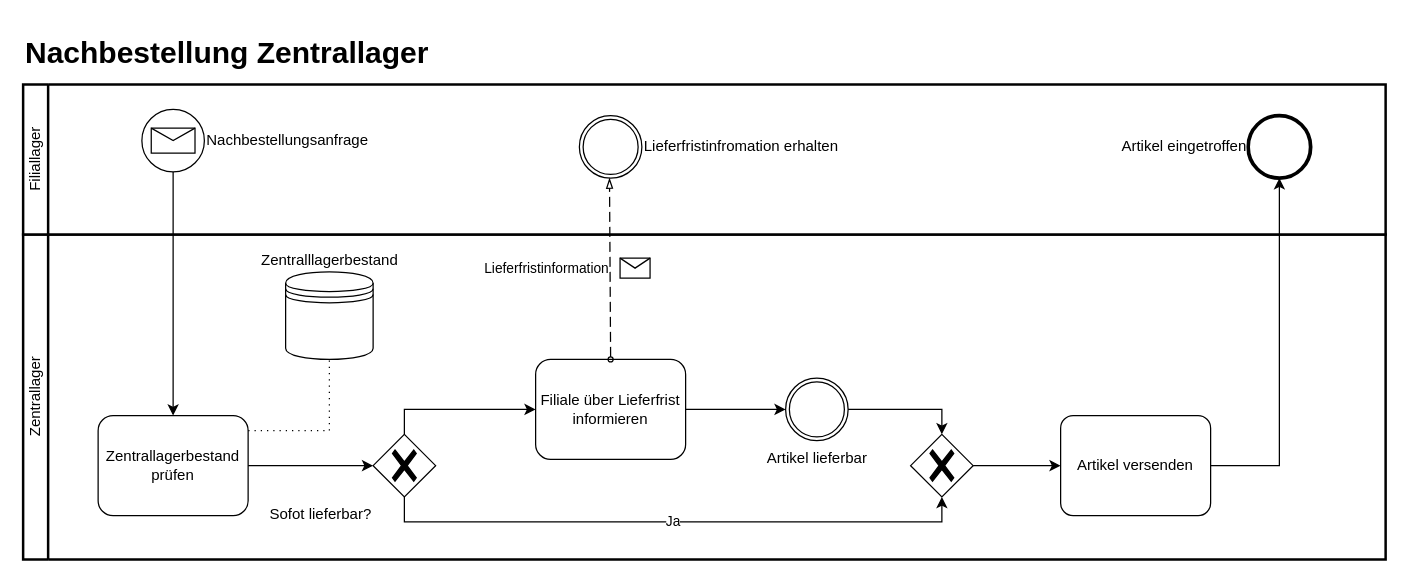
Above: documentation/src/docs/asciidoc/diagrams/Nachbestellung_Zentrallager_bpmn.drawio in davidohnee/swda (draw.io), before the change. Source tidied: cells renumbered, new cells numbered last; positions are measured from the earlier drawing's top-left corner, leaving out a move shared by most shapes. Both pictures are drawn from the tidied source at 125%, with x=0, y=0 at pixel (22, 21).
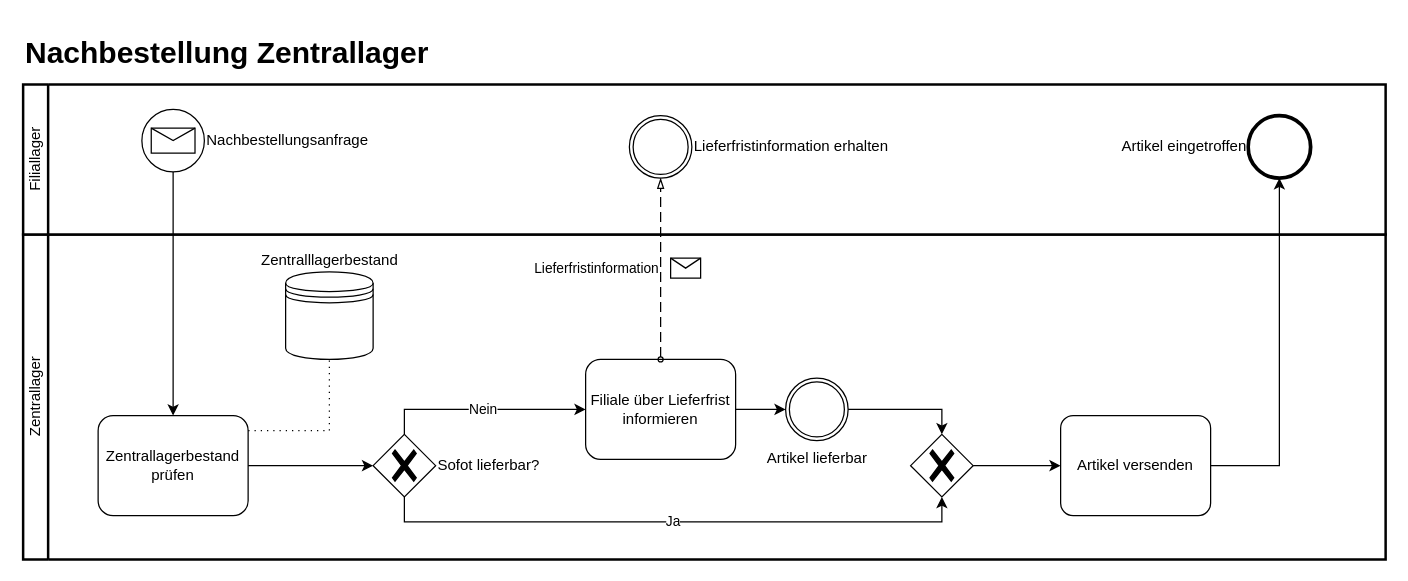
The same diagram, later.

Commit message (it also covers changes not shown here):
remove typos in 'Nachbestellung_Zentrallager_bpmn'

The change refers to these unchanged cells:
```xml
<mxCell id="2" value="Zentrallager" style="swimlane;html=1;startSize=20;fontStyle=0;horizontal=0;swimlaneLine=1;swimlaneFillColor=#ffffff;strokeWidth=2;whiteSpace=wrap;" parent="1" vertex="1">
  <mxGeometry y="170" width="1090" height="260" as="geometry" />
</mxCell>
<mxCell id="17" value="Filiallager" style="swimlane;html=1;startSize=20;fontStyle=0;horizontal=0;swimlaneLine=1;swimlaneFillColor=#ffffff;strokeWidth=2;whiteSpace=wrap;" parent="1" vertex="1">
  <mxGeometry y="50" width="1090" height="120" as="geometry" />
</mxCell>
```

Diff of the diagram source:
```diff
@@
-    <mxCell id="4" value="Sofot lieferbar?" style="points=[[0.25,0.25,0],[0.5,0,0],[0.75,0.25,0],[1,0.5,0],[0.75,0.75,0],[0.5,1,0],[0.25,0.75,0],[0,0.5,0]];shape=mxgraph.bpmn.gateway2;html=1;verticalLabelPosition=bottom;labelBackgroundColor=#ffffff;verticalAlign=top;align=right;perimeter=rhombusPerimeter;outlineConnect=0;outline=none;symbol=none;gwType=exclusive;labelPosition=left;" parent="2" vertex="1">
+    <mxCell id="4" value="Sofot lieferbar?" style="points=[[0.25,0.25,0],[0.5,0,0],[0.75,0.25,0],[1,0.5,0],[0.75,0.75,0],[0.5,1,0],[0.25,0.75,0],[0,0.5,0]];shape=mxgraph.bpmn.gateway2;html=1;verticalLabelPosition=middle;labelBackgroundColor=#ffffff;verticalAlign=middle;align=left;perimeter=rhombusPerimeter;outlineConnect=0;outline=none;symbol=none;gwType=exclusive;labelPosition=right;" parent="2" vertex="1">
       <mxGeometry x="280" y="160" width="50" height="50" as="geometry" />
     </mxCell>
@@
     <mxCell id="6" value="Filiale über Lieferfrist informieren" style="shape=ext;rounded=1;html=1;whiteSpace=wrap;" parent="2" vertex="1">
-      <mxGeometry x="410" y="100" width="120" height="80" as="geometry" />
+      <mxGeometry x="450" y="100" width="120" height="80" as="geometry" />
     </mxCell>
-    <mxCell id="7" style="edgeStyle=orthogonalEdgeStyle;rounded=0;jettySize=auto;html=1;exitX=0.5;exitY=0;exitDx=0;exitDy=0;exitPerimeter=0;entryX=0;entryY=0.5;entryDx=0;entryDy=0;" parent="2" edge="1" source="4" target="6">
+    <mxCell id="7" value="Nein" style="edgeStyle=orthogonalEdgeStyle;rounded=0;jettySize=auto;html=1;exitX=0.5;exitY=0;exitDx=0;exitDy=0;exitPerimeter=0;entryX=0;entryY=0.5;entryDx=0;entryDy=0;" parent="2" edge="1" source="4" target="6">
       <mxGeometry relative="1" as="geometry" />
     </mxCell>
@@
-    <mxCell id="20" value="Lieferfristinfromation erhalten" style="points=[[0.145,0.145,0],[0.5,0,0],[0.855,0.145,0],[1,0.5,0],[0.855,0.855,0],[0.5,1,0],[0.145,0.855,0],[0,0.5,0]];shape=mxgraph.bpmn.event;html=1;verticalLabelPosition=middle;labelBackgroundColor=#ffffff;verticalAlign=middle;align=left;perimeter=ellipsePerimeter;outlineConnect=0;outline=throwing;symbol=general;labelPosition=right;" parent="17" vertex="1">
-      <mxGeometry x="445" y="25" width="50" height="50" as="geometry" />
+    <mxCell id="20" value="Lieferfristinformation erhalten" style="points=[[0.145,0.145,0],[0.5,0,0],[0.855,0.145,0],[1,0.5,0],[0.855,0.855,0],[0.5,1,0],[0.145,0.855,0],[0,0.5,0]];shape=mxgraph.bpmn.event;html=1;verticalLabelPosition=middle;labelBackgroundColor=#ffffff;verticalAlign=middle;align=left;perimeter=ellipsePerimeter;outlineConnect=0;outline=throwing;symbol=general;labelPosition=right;" parent="17" vertex="1">
+      <mxGeometry x="485" y="25" width="50" height="50" as="geometry" />
     </mxCell>
-    <mxCell id="21" value="Lieferfristinformation" style="endArrow=blockThin;html=1;labelPosition=left;verticalLabelPosition=middle;align=right;verticalAlign=middle;dashed=1;dashPattern=8 4;endFill=0;startArrow=oval;startFill=0;endSize=6;startSize=4;rounded=0;entryX=0.5;entryY=1;entryDx=0;entryDy=0;entryPerimeter=0;exitX=0.5;exitY=0;exitDx=0;exitDy=0;" parent="17" edge="1" source="6">
-      <mxGeometry relative="1" as="geometry">
-        <mxPoint x="469.1" y="75" as="targetPoint" />
-      </mxGeometry>
-    </mxCell>
-    <mxCell id="22" style="shape=message;html=1;labelPosition=left;verticalLabelPosition=middle;align=right;verticalAlign=middle;spacingRight=5;labelBackgroundColor=#ffffff;" parent="21" vertex="1">
-      <mxGeometry width="24" height="16" relative="1" as="geometry">
-        <mxPoint x="8" y="-8" as="offset" />
-      </mxGeometry>
-    </mxCell>
@@
+    <mxCell id="21" value="Lieferfristinformation" style="endArrow=blockThin;html=1;labelPosition=left;verticalLabelPosition=middle;align=right;verticalAlign=middle;dashed=1;dashPattern=8 4;endFill=0;startArrow=oval;startFill=0;endSize=6;startSize=4;rounded=0;entryX=0.5;entryY=1;entryDx=0;entryDy=0;entryPerimeter=0;exitX=0.5;exitY=0;exitDx=0;exitDy=0;" parent="1" edge="1" source="6" target="20">
+      <mxGeometry relative="1" as="geometry" />
+    </mxCell>
+    <mxCell id="22" style="shape=message;html=1;labelPosition=left;verticalLabelPosition=middle;align=right;verticalAlign=middle;spacingRight=5;labelBackgroundColor=#ffffff;" parent="21" vertex="1">
+      <mxGeometry width="24" height="16" relative="1" as="geometry">
+        <mxPoint x="8" y="-8" as="offset" />
+      </mxGeometry>
+    </mxCell>
```
